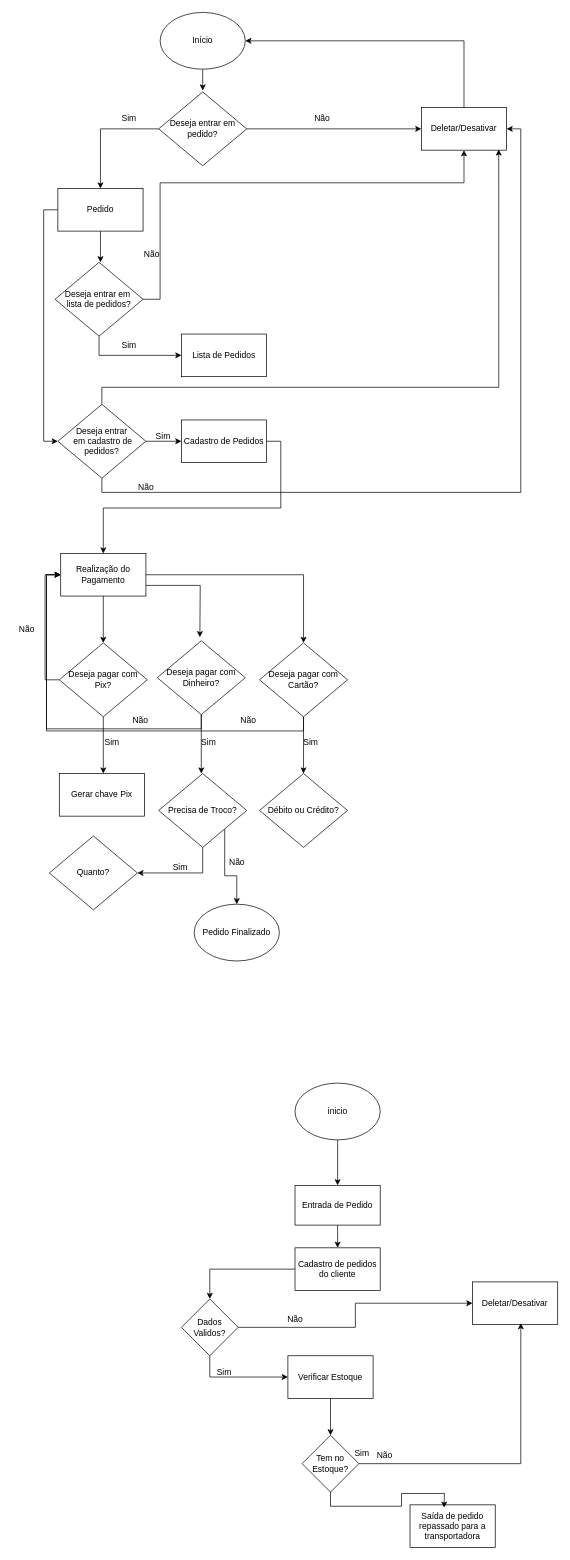
Before: equipek.drawio in anycarolini21/equipeK, a draw.io diagram. Source tidied: cells renumbered, new cells numbered last; positions are measured from the earlier drawing's top-left corner, leaving out a move shared by most shapes. Both pictures are drawn from the tidied source at 71%, with x=0, y=0 at pixel (12, 12).
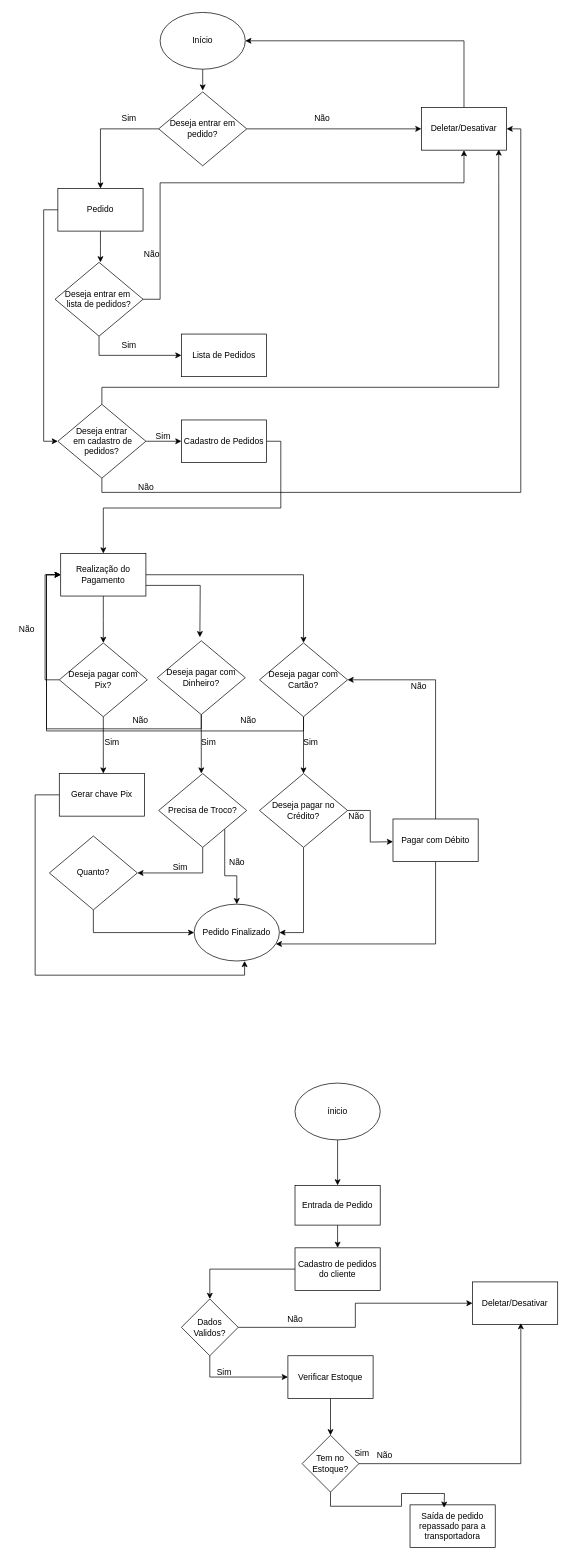
The same page after the edit.

Commit message:
ultimo passo n2

Unchanged cells that the change refers to:
```xml
<mxCell id="60" value="Deseja pagar com Cartão?" style="rhombus;whiteSpace=wrap;html=1;" parent="1" vertex="1">
  <mxGeometry x="348" y="888" width="124" height="104" as="geometry" />
</mxCell>
<mxCell id="67" value="Gerar chave Pix" style="rounded=0;whiteSpace=wrap;html=1;" parent="1" vertex="1">
  <mxGeometry x="66" y="1072" width="120" height="60" as="geometry" />
</mxCell>
<mxCell id="71" value="Quanto?" style="rhombus;whiteSpace=wrap;html=1;" parent="1" vertex="1">
  <mxGeometry x="52" y="1160" width="124" height="104" as="geometry" />
</mxCell>
<mxCell id="73" value="Pedido Finalizado" style="ellipse;whiteSpace=wrap;html=1;" parent="1" vertex="1">
  <mxGeometry x="256" y="1256" width="120" height="80" as="geometry" />
</mxCell>
```

The edit, as a diff of the source:
```diff
@@
+    <mxCell id="76" style="edgeStyle=orthogonalEdgeStyle;rounded=0;jettySize=auto;html=1;exitX=0.5;exitY=1;exitDx=0;exitDy=0;entryX=0;entryY=0.5;entryDx=0;entryDy=0;" parent="1" edge="1" source="71" target="73">
+      <mxGeometry relative="1" as="geometry" />
+    </mxCell>
@@
+    <mxCell id="77" style="edgeStyle=orthogonalEdgeStyle;rounded=0;jettySize=auto;html=1;exitX=1;exitY=0.5;exitDx=0;exitDy=0;" parent="1" edge="1" source="75">
+      <mxGeometry relative="1" as="geometry">
+        <mxPoint x="536" y="1168" as="targetPoint" />
+      </mxGeometry>
+    </mxCell>
+    <mxCell id="78" style="edgeStyle=orthogonalEdgeStyle;rounded=0;jettySize=auto;html=1;exitX=0.5;exitY=1;exitDx=0;exitDy=0;entryX=1;entryY=0.5;entryDx=0;entryDy=0;" parent="1" edge="1" source="75" target="73">
+      <mxGeometry relative="1" as="geometry" />
+    </mxCell>
-    <mxCell id="75" value="Débito ou Crédito?" style="rhombus;whiteSpace=wrap;html=1;" parent="1" vertex="1">
+    <mxCell id="75" value="Deseja pagar no Crédito?" style="rhombus;whiteSpace=wrap;html=1;" parent="1" vertex="1">
       <mxGeometry x="348" y="1072" width="124" height="104" as="geometry" />
     </mxCell>
+    <mxCell id="79" style="edgeStyle=orthogonalEdgeStyle;rounded=0;jettySize=auto;html=1;exitX=0;exitY=0.5;exitDx=0;exitDy=0;entryX=0.592;entryY=1;entryDx=0;entryDy=0;entryPerimeter=0;" parent="1" edge="1" source="67" target="73">
+      <mxGeometry relative="1" as="geometry">
+        <Array as="points">
+          <mxPoint x="32" y="1102" />
+          <mxPoint x="32" y="1356" />
+          <mxPoint x="327" y="1356" />
+        </Array>
+      </mxGeometry>
+    </mxCell>
+    <mxCell id="80" style="edgeStyle=orthogonalEdgeStyle;rounded=0;jettySize=auto;html=1;exitX=0.5;exitY=0;exitDx=0;exitDy=0;entryX=1;entryY=0.5;entryDx=0;entryDy=0;" parent="1" edge="1" source="82" target="60">
+      <mxGeometry relative="1" as="geometry" />
+    </mxCell>
+    <mxCell id="81" style="edgeStyle=orthogonalEdgeStyle;rounded=0;jettySize=auto;html=1;exitX=0.5;exitY=1;exitDx=0;exitDy=0;" parent="1" edge="1" source="82" target="73">
+      <mxGeometry relative="1" as="geometry">
+        <Array as="points">
+          <mxPoint x="596" y="1312" />
+        </Array>
+      </mxGeometry>
+    </mxCell>
+    <mxCell id="82" value="Pagar com Débito" style="rounded=0;whiteSpace=wrap;html=1;" parent="1" vertex="1">
+      <mxGeometry x="536" y="1136" width="120" height="60" as="geometry" />
+    </mxCell>
+    <mxCell id="83" value="Não" style="text;html=1;align=center;verticalAlign=middle;strokeColor=none;fillColor=none;" parent="1" vertex="1">
+      <mxGeometry x="464" y="1117" width="40" height="32" as="geometry" />
+    </mxCell>
+    <mxCell id="84" value="Não" style="text;html=1;align=center;verticalAlign=middle;strokeColor=none;fillColor=none;" parent="1" vertex="1">
+      <mxGeometry x="552" y="933" width="40" height="32" as="geometry" />
+    </mxCell>
```
